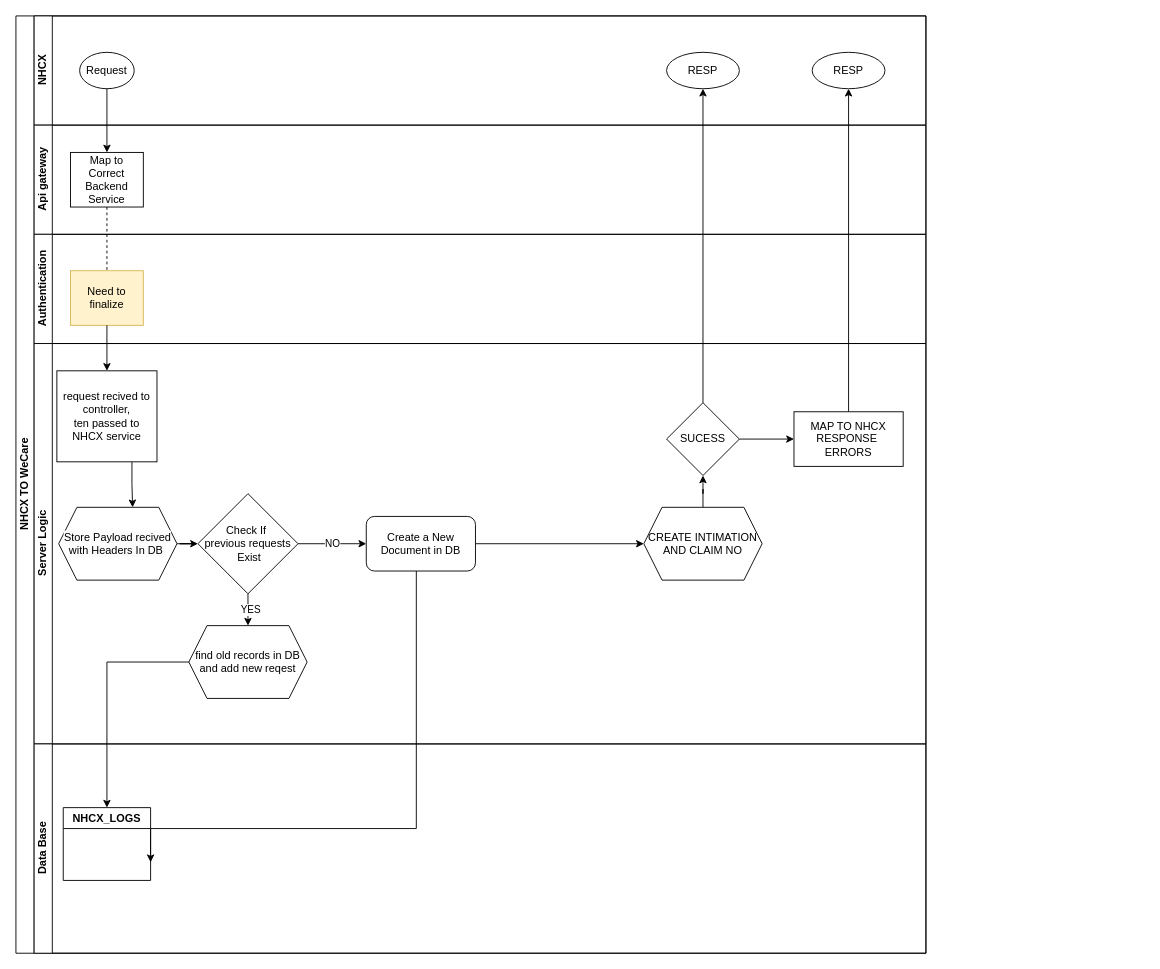
aashishinvy/nhcx keeps this draw.io diagram as page "Claim registration" (1 of 4) of NHCX.drawio. Above is the earlier version. Source tidied: cells renumbered, new cells numbered last; positions are measured from the earlier drawing's top-left corner, leaving out a move shared by most shapes. Both pictures are drawn from the tidied source at 91%, with x=0, y=0 at pixel (15, 15).
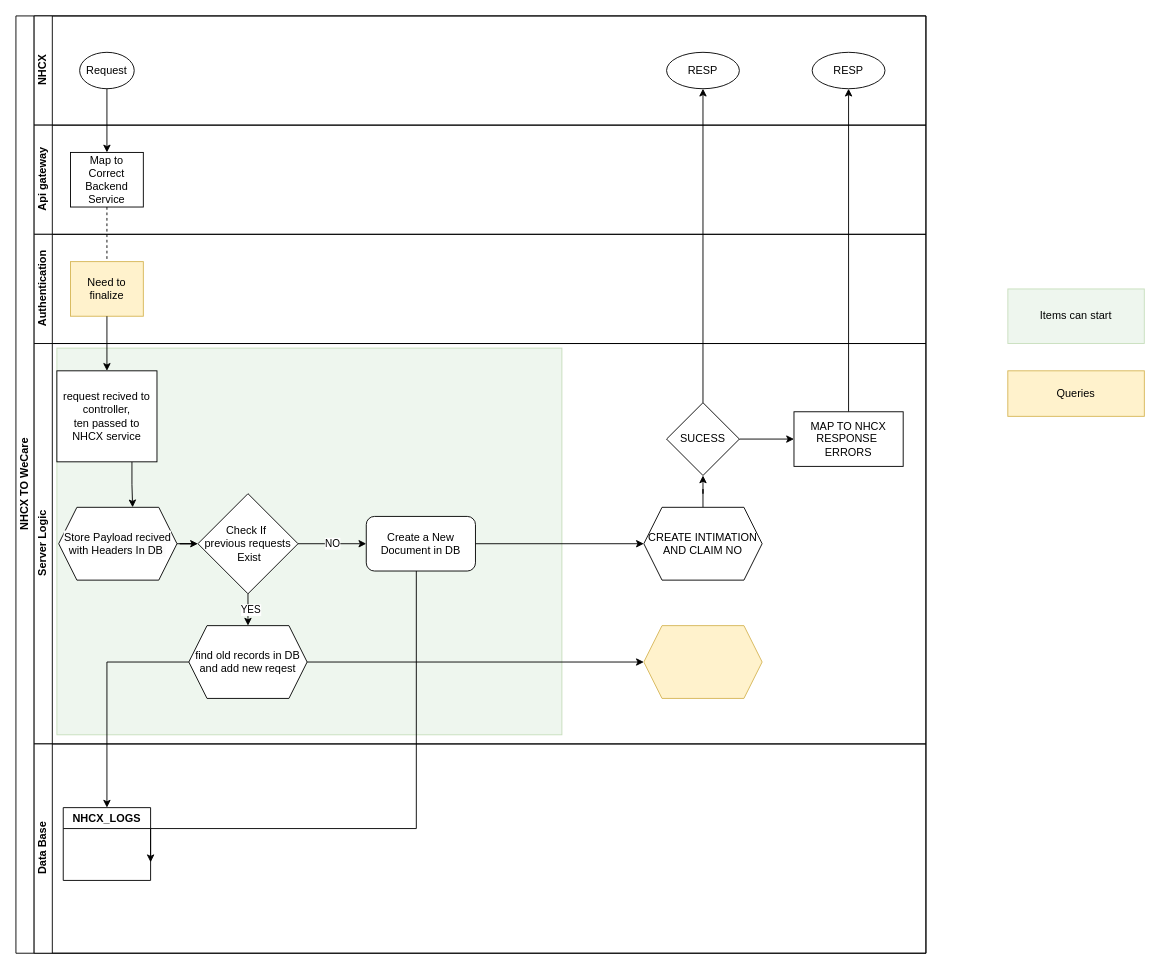
After the change.

The change refers to these unchanged cells:
```xml
<mxCell id="9" value="Authentication" style="swimlane;html=1;startSize=20;horizontal=0;" parent="2" vertex="1">
  <mxGeometry x="20" y="240" width="980" height="120" as="geometry" />
</mxCell>
<mxCell id="13" value="Server Logic" style="swimlane;html=1;startSize=20;horizontal=0;" parent="2" vertex="1">
  <mxGeometry x="20" y="360" width="980" height="440" as="geometry" />
</mxCell>
<mxCell id="27" value="find old records in DB and add new reqest" style="shape=hexagon;perimeter=hexagonPerimeter2;whiteSpace=wrap;html=1;fixedSize=1;" parent="13" vertex="1">
  <mxGeometry x="170" y="310" width="130" height="80" as="geometry" />
</mxCell>
```

Diff of the diagram source:
```diff
@@
     <mxCell id="10" value="Need to finalize" style="rounded=0;whiteSpace=wrap;html=1;fontFamily=Helvetica;fontSize=12;align=center;fillColor=#fff2cc;strokeColor=#d6b656;" parent="9" vertex="1">
-      <mxGeometry x="40" y="40" width="80" height="60" as="geometry" />
+      <mxGeometry x="40" y="30" width="80" height="60" as="geometry" />
     </mxCell>
@@
+    <mxCell id="37" style="rounded=0;whiteSpace=wrap;html=1;fillColor=#d5e8d4;strokeColor=#82b366;opacity=40;" parent="13" vertex="1">
+      <mxGeometry x="25" y="5" width="555" height="425" as="geometry" />
+    </mxCell>
@@
+    <mxCell id="38" style="edgeStyle=orthogonalEdgeStyle;rounded=0;jettySize=auto;html=1;" parent="13" edge="1" source="27" target="39">
+      <mxGeometry relative="1" as="geometry" />
+    </mxCell>
@@
+    <mxCell id="39" style="shape=hexagon;perimeter=hexagonPerimeter2;whiteSpace=wrap;html=1;fixedSize=1;fillColor=#fff2cc;strokeColor=#d6b656;" parent="13" vertex="1">
+      <mxGeometry x="670" y="310" width="130" height="80" as="geometry" />
+    </mxCell>
@@
+    <mxCell id="40" value="Items can start" style="rounded=0;whiteSpace=wrap;html=1;fillColor=#d5e8d4;strokeColor=#82b366;opacity=40;" parent="1" vertex="1">
+      <mxGeometry x="1090" y="300" width="150" height="60" as="geometry" />
+    </mxCell>
+    <mxCell id="41" value="Queries" style="rounded=0;whiteSpace=wrap;html=1;fontFamily=Helvetica;fontSize=12;align=center;fillColor=#fff2cc;strokeColor=#d6b656;" parent="1" vertex="1">
+      <mxGeometry x="1090" y="390" width="150" height="50" as="geometry" />
+    </mxCell>
```
